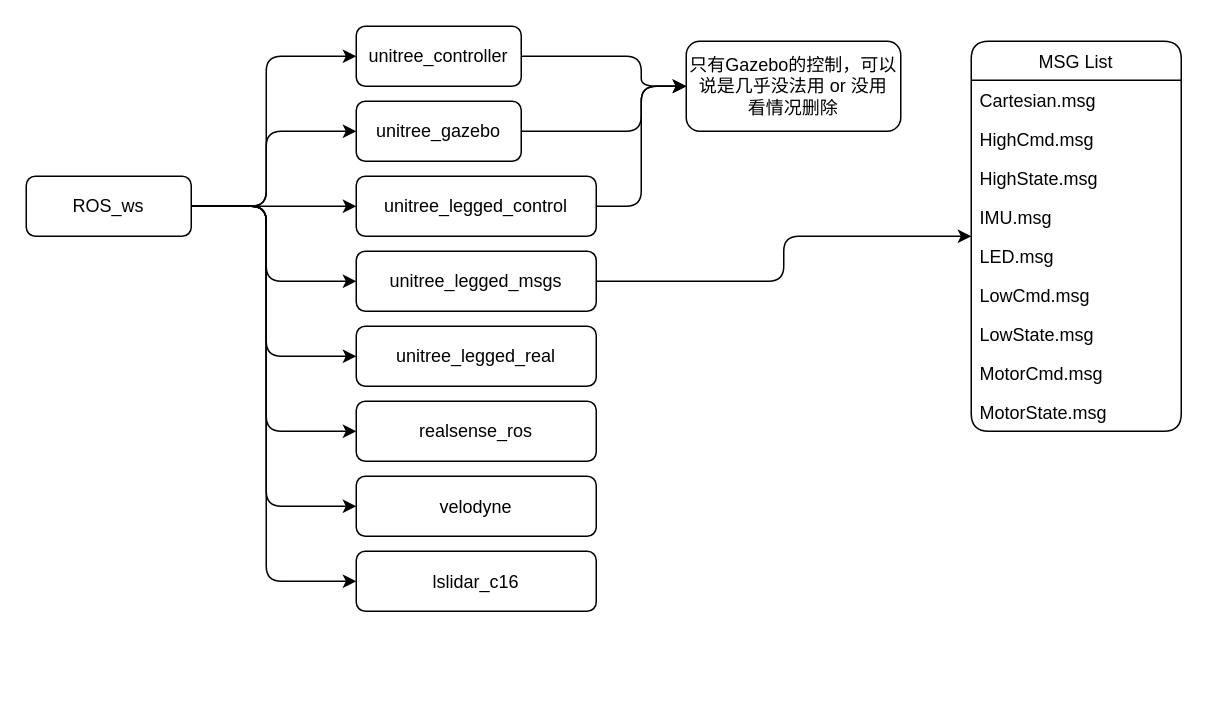
MistyMoonR/tsinghua-Unitree-ROS keeps this draw.io diagram as ROS_ws/drawio/ROS_ws.drawio. Above is the earlier version. Source tidied: cells renumbered, new cells numbered last; positions are measured from the earlier drawing's top-left corner, leaving out a move shared by most shapes. Both pictures are drawn from the tidied source at 150%, with x=0, y=0 at pixel (26, 26).
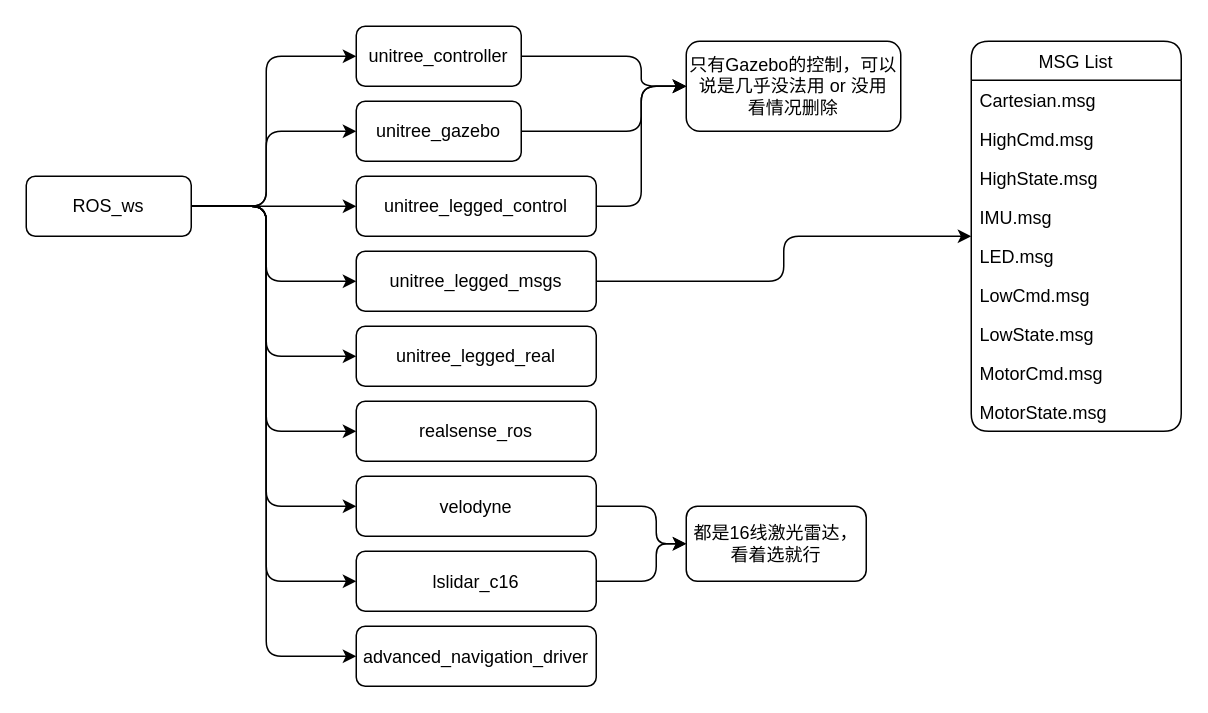
After the change.

The change refers to these unchanged cells:
```xml
<mxCell id="3" value="ROS_ws" style="rounded=1;whiteSpace=wrap;html=1;" parent="1" vertex="1">
  <mxGeometry y="100" width="110" height="40" as="geometry" />
</mxCell>
<mxCell id="30" value="&lt;p class=&quot;p1&quot; style=&quot;margin: 0px ; font-stretch: normal ; line-height: normal&quot;&gt;velodyne&lt;/p&gt;" style="rounded=1;whiteSpace=wrap;html=1;" parent="1" vertex="1">
  <mxGeometry x="220" y="300" width="160" height="40" as="geometry" />
</mxCell>
<mxCell id="32" value="&lt;p class=&quot;p1&quot; style=&quot;margin: 0px ; font-stretch: normal ; line-height: normal&quot;&gt;lslidar_c16&lt;/p&gt;" style="rounded=1;whiteSpace=wrap;html=1;" parent="1" vertex="1">
  <mxGeometry x="220" y="350" width="160" height="40" as="geometry" />
</mxCell>
```

What changed in the source:
```diff
@@
+    <mxCell id="34" value="&lt;p class=&quot;p1&quot; style=&quot;margin: 0px ; font-stretch: normal ; line-height: normal&quot;&gt;advanced_navigation_driver&lt;/p&gt;" style="rounded=1;whiteSpace=wrap;html=1;" parent="1" vertex="1">
+      <mxGeometry x="220" y="400" width="160" height="40" as="geometry" />
+    </mxCell>
+    <mxCell id="35" style="edgeStyle=orthogonalEdgeStyle;rounded=1;jettySize=auto;html=1;" parent="1" edge="1" source="3" target="34">
+      <mxGeometry relative="1" as="geometry">
+        <Array as="points">
+          <mxPoint x="160" y="120" />
+          <mxPoint x="160" y="420" />
+        </Array>
+      </mxGeometry>
+    </mxCell>
+    <mxCell id="36" style="edgeStyle=orthogonalEdgeStyle;rounded=1;jettySize=auto;html=1;" parent="1" edge="1" source="32" target="37">
+      <mxGeometry relative="1" as="geometry">
+        <Array as="points">
+          <mxPoint x="420" y="370" />
+          <mxPoint x="420" y="345" />
+        </Array>
+      </mxGeometry>
+    </mxCell>
+    <mxCell id="37" value="都是16线激光雷达，看着选就行" style="rounded=1;whiteSpace=wrap;html=1;" parent="1" vertex="1">
+      <mxGeometry x="440" y="320" width="120" height="50" as="geometry" />
+    </mxCell>
+    <mxCell id="38" style="edgeStyle=orthogonalEdgeStyle;rounded=1;jettySize=auto;html=1;exitX=1;exitY=0.5;exitDx=0;exitDy=0;" parent="1" edge="1" source="30" target="37">
+      <mxGeometry relative="1" as="geometry">
+        <Array as="points">
+          <mxPoint x="420" y="320" />
+          <mxPoint x="420" y="345" />
+        </Array>
+      </mxGeometry>
+    </mxCell>
```
